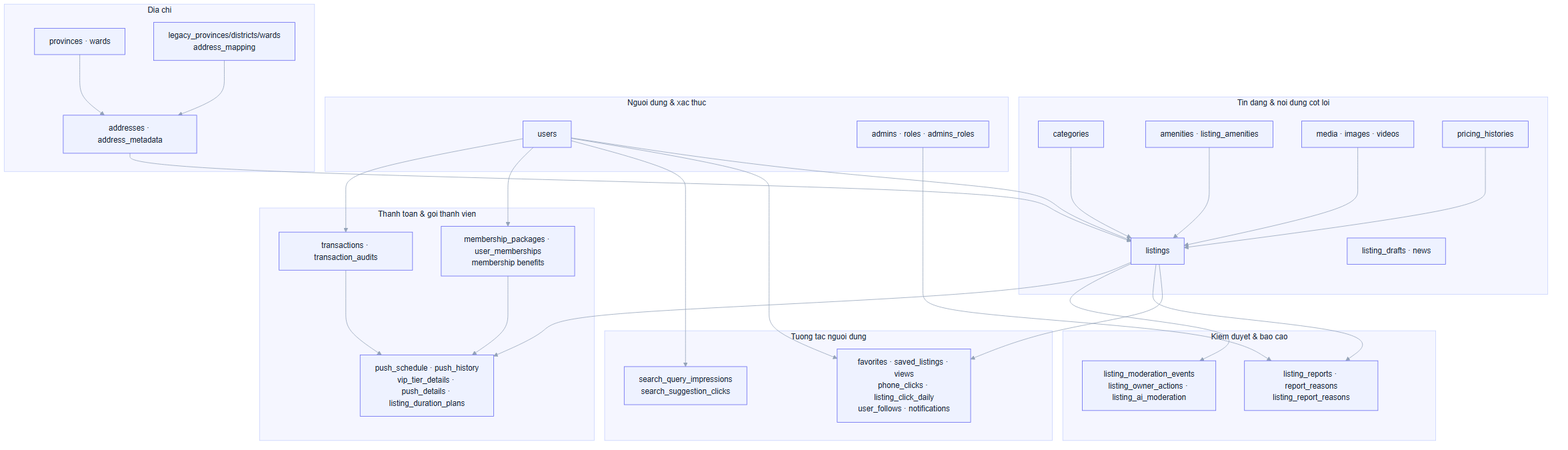
huynhtranty/smartrent-report keeps this Mermaid diagram as diagrams/db/png/01-overview.png. Above is the earlier version. Its source is kept beside it as diagrams/db/src/01-overview.mmd. Source of this version:
```mermaid
flowchart TB
 subgraph Core["Tin dang & noi dung cot loi"]
 listings["listings"]
 categories["categories"]
 amenities["amenities · listing_amenities"]
 media["media · images · videos"]
 pricing["pricing_histories"]
 drafts["listing_drafts · news"]
 end
 subgraph UserAuth["Nguoi dung & xac thuc"]
 users["users"]
 admins["admins · roles · admins_roles"]
 end
 subgraph Address["Dia chi"]
 addresses["addresses · address_metadata"]
 newaddr["provinces · wards"]
 legacy["legacy_provinces/districts/wards<br/>address_mapping"]
 end
 subgraph Interact["Tuong tac nguoi dung"]
 interact["favorites · saved_listings · views<br/>phone_clicks · listing_click_daily<br/>user_follows · notifications"]
 telemetry["search_query_impressions<br/>search_suggestion_clicks"]
 end
 subgraph Mod["Kiem duyet & bao cao"]
 reports["listing_reports · report_reasons<br/>listing_report_reasons"]
 modevents["listing_moderation_events<br/>listing_owner_actions · listing_ai_moderation"]
 end
 subgraph Pay["Thanh toan & goi thanh vien"]
 membership["membership_packages · user_memberships<br/>membership benefits"]
 trans["transactions · transaction_audits"]
 push["push_schedule · push_history<br/>vip_tier_details · push_details · listing_duration_plans"]
 end

 users --> listings
 admins --> reports
 categories --> listings
 addresses --> listings
 newaddr --> addresses
 legacy --> addresses
 amenities --> listings
 media --> listings
 pricing --> listings
 users --> interact
 listings --> interact
 users --> telemetry
 listings --> reports
 listings --> modevents
 users --> membership
 users --> trans
 listings --> push
 trans --> push
 membership --> push
```
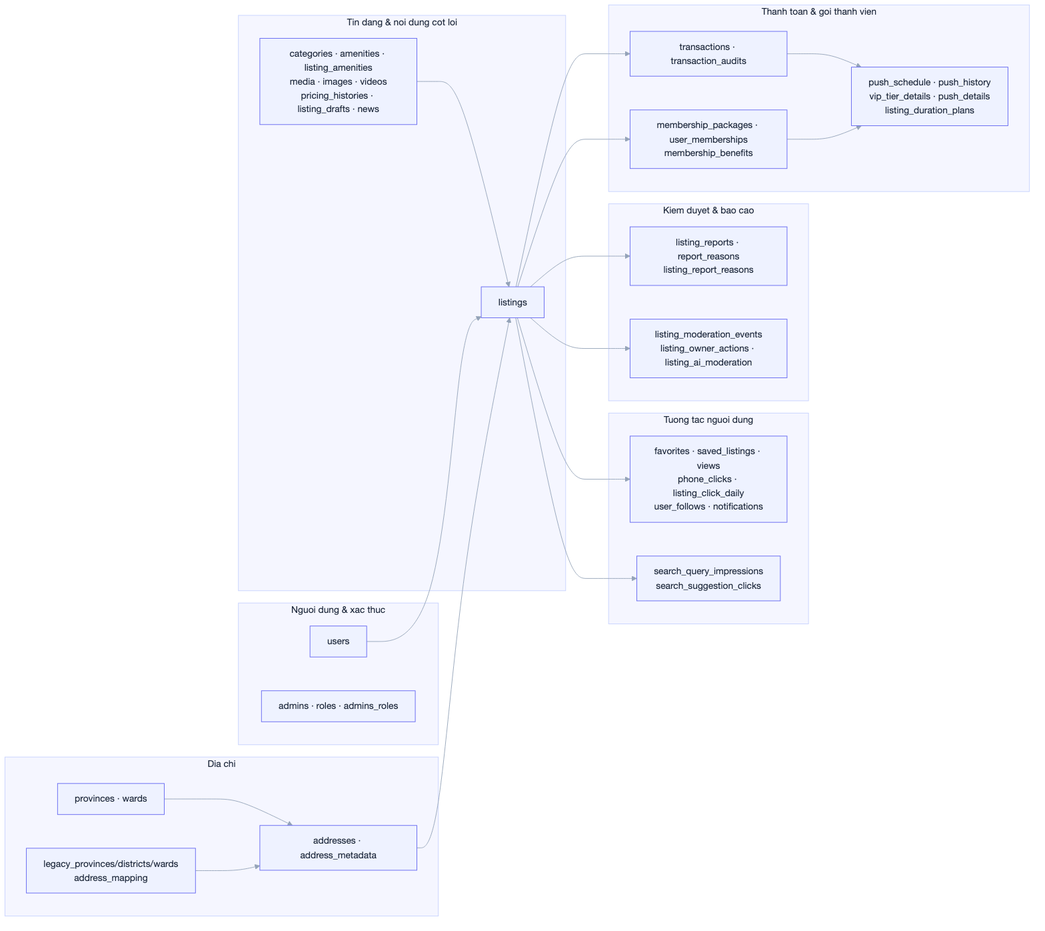
The same diagram one commit later.

Change to the diagram source:
```diff
@@ -1,51 +1,47 @@
-flowchart TB
- subgraph Core["Tin dang & noi dung cot loi"]
- listings["listings"]
- categories["categories"]
- amenities["amenities · listing_amenities"]
- media["media · images · videos"]
- pricing["pricing_histories"]
- drafts["listing_drafts · news"]
- end
+flowchart LR
  subgraph UserAuth["Nguoi dung & xac thuc"]
- users["users"]
- admins["admins · roles · admins_roles"]
+  direction TB
+  users["users"]
+  admins["admins · roles · admins_roles"]
  end
  subgraph Address["Dia chi"]
- addresses["addresses · address_metadata"]
- newaddr["provinces · wards"]
- legacy["legacy_provinces/districts/wards<br/>address_mapping"]
+  direction TB
+  newaddr["provinces · wards"]
+  legacy["legacy_provinces/districts/wards<br/>address_mapping"]
+  addresses["addresses · address_metadata"]
+  newaddr --> addresses
+  legacy --> addresses
+ end
+ subgraph Core["Tin dang & noi dung cot loi"]
+  direction TB
+  lmeta["categories · amenities · listing_amenities<br/>media · images · videos<br/>pricing_histories · listing_drafts · news"]
+  listings["listings"]
+  lmeta --> listings
  end
  subgraph Interact["Tuong tac nguoi dung"]
- interact["favorites · saved_listings · views<br/>phone_clicks · listing_click_daily<br/>user_follows · notifications"]
- telemetry["search_query_impressions<br/>search_suggestion_clicks"]
+  direction TB
+  interact["favorites · saved_listings · views<br/>phone_clicks · listing_click_daily<br/>user_follows · notifications"]
+  telemetry["search_query_impressions<br/>search_suggestion_clicks"]
  end
  subgraph Mod["Kiem duyet & bao cao"]
- reports["listing_reports · report_reasons<br/>listing_report_reasons"]
- modevents["listing_moderation_events<br/>listing_owner_actions · listing_ai_moderation"]
+  direction TB
+  reports["listing_reports · report_reasons<br/>listing_report_reasons"]
+  modevents["listing_moderation_events<br/>listing_owner_actions · listing_ai_moderation"]
  end
  subgraph Pay["Thanh toan & goi thanh vien"]
- membership["membership_packages · user_memberships<br/>membership benefits"]
- trans["transactions · transaction_audits"]
- push["push_schedule · push_history<br/>vip_tier_details · push_details · listing_duration_plans"]
+  direction TB
+  membership["membership_packages · user_memberships<br/>membership_benefits"]
+  trans["transactions · transaction_audits"]
+  push["push_schedule · push_history<br/>vip_tier_details · push_details<br/>listing_duration_plans"]
+  trans --> push
+  membership --> push
  end
 
  users --> listings
- admins --> reports
- categories --> listings
  addresses --> listings
- newaddr --> addresses
- legacy --> addresses
- amenities --> listings
- media --> listings
- pricing --> listings
- users --> interact
  listings --> interact
- users --> telemetry
+ listings --> telemetry
  listings --> reports
  listings --> modevents
- users --> membership
- users --> trans
- listings --> push
- trans --> push
- membership --> push
+ listings --> trans
+ listings --> membership
```
